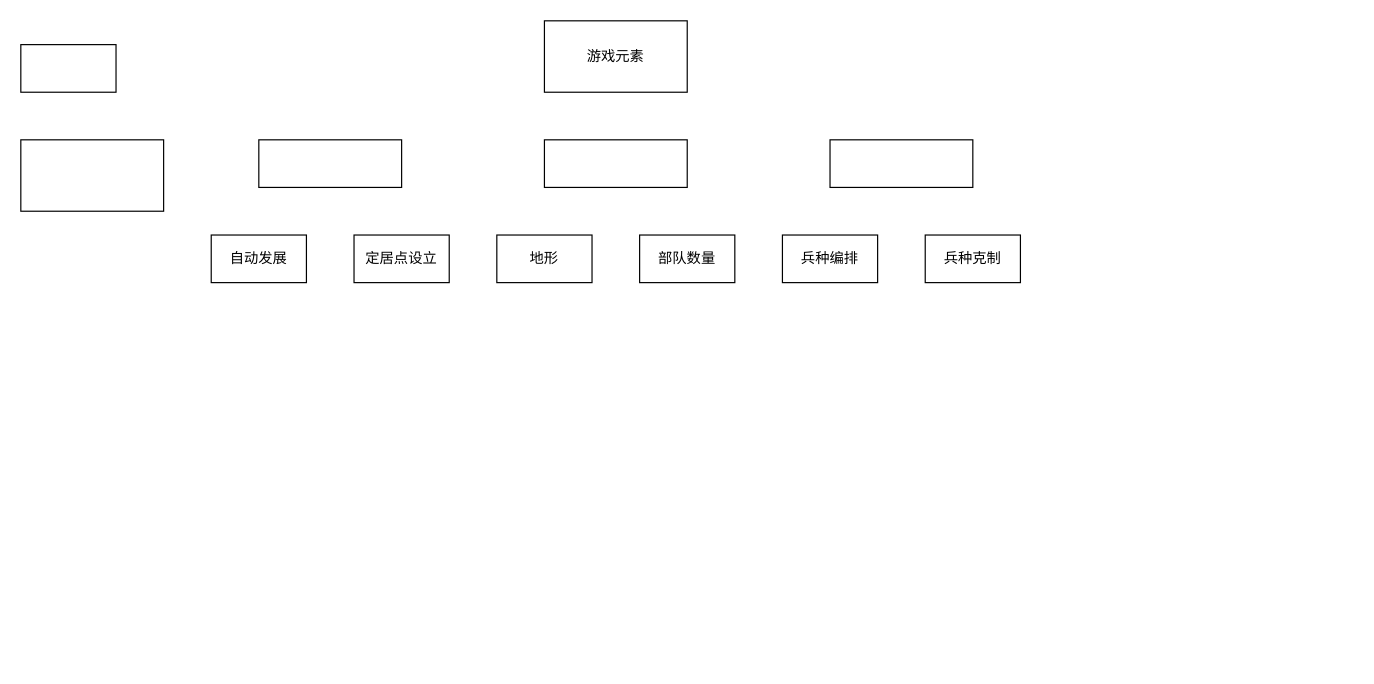
This is 未命名绘图.drawio from chenxing61/Bite-Sized-RTS, a draw.io file, before an edit. Source tidied: cells renumbered, new cells numbered last; positions are measured from the earlier drawing's top-left corner, leaving out a move shared by most shapes. Both pictures are drawn from the tidied source at 119%, with x=0, y=0 at pixel (20, 20).
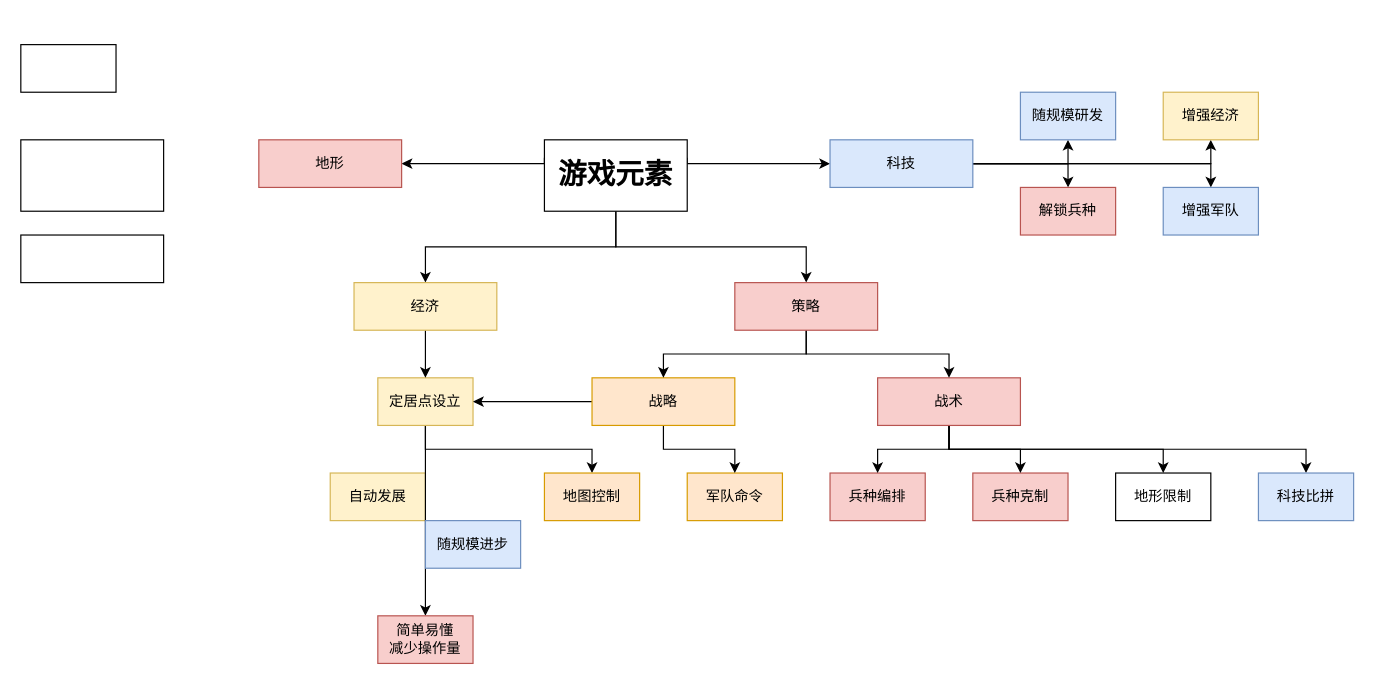
The same diagram, later.

Diff of the diagram source:
```diff
@@
+    <mxCell id="14" style="edgeStyle=orthogonalEdgeStyle;rounded=0;jettySize=auto;html=1;exitX=0.5;exitY=1;exitDx=0;exitDy=0;" parent="1" edge="1" source="4" target="29">
+      <mxGeometry relative="1" as="geometry">
+        <Array as="points">
+          <mxPoint x="500" y="190" />
+          <mxPoint x="660" y="190" />
+        </Array>
+      </mxGeometry>
+    </mxCell>
+    <mxCell id="15" style="edgeStyle=orthogonalEdgeStyle;rounded=0;jettySize=auto;html=1;exitX=0.5;exitY=1;exitDx=0;exitDy=0;entryX=0.5;entryY=0;entryDx=0;entryDy=0;" parent="1" edge="1" source="4" target="11">
+      <mxGeometry relative="1" as="geometry" />
+    </mxCell>
+    <mxCell id="16" style="edgeStyle=orthogonalEdgeStyle;rounded=0;jettySize=auto;html=1;exitX=1;exitY=0.25;exitDx=0;exitDy=0;fontSize=24;" parent="1" edge="1" source="4" target="40">
+      <mxGeometry relative="1" as="geometry">
+        <Array as="points">
+          <mxPoint x="560" y="120" />
+        </Array>
+      </mxGeometry>
+    </mxCell>
+    <mxCell id="17" style="edgeStyle=orthogonalEdgeStyle;rounded=0;jettySize=auto;html=1;exitX=0;exitY=0.25;exitDx=0;exitDy=0;entryX=1;entryY=0.5;entryDx=0;entryDy=0;fontSize=24;" parent="1" edge="1" source="4" target="9">
+      <mxGeometry relative="1" as="geometry">
+        <Array as="points">
+          <mxPoint x="440" y="120" />
+        </Array>
+      </mxGeometry>
+    </mxCell>
-    <mxCell id="4" value="游戏元素" style="rounded=0;whiteSpace=wrap;html=1;" parent="1" vertex="1">
-      <mxGeometry x="440" width="120" height="60" as="geometry" />
+    <mxCell id="4" value="&lt;b&gt;&lt;font style=&quot;font-size: 24px;&quot;&gt;游戏元素&lt;/font&gt;&lt;/b&gt;" style="rounded=0;whiteSpace=wrap;html=1;" parent="1" vertex="1">
+      <mxGeometry x="440" y="100" width="120" height="60" as="geometry" />
     </mxCell>
-    <mxCell id="5" value="兵种编排" style="rounded=0;whiteSpace=wrap;html=1;" parent="1" vertex="1">
-      <mxGeometry x="640" y="180" width="80" height="40" as="geometry" />
+    <mxCell id="5" value="兵种编排" style="rounded=0;whiteSpace=wrap;html=1;fillColor=#f8cecc;strokeColor=#b85450;" parent="1" vertex="1">
+      <mxGeometry x="680" y="380" width="80" height="40" as="geometry" />
     </mxCell>
-    <mxCell id="6" value="自动发展" style="rounded=0;whiteSpace=wrap;html=1;" parent="1" vertex="1">
-      <mxGeometry x="160" y="180" width="80" height="40" as="geometry" />
+    <mxCell id="6" value="自动发展" style="rounded=0;whiteSpace=wrap;html=1;fillColor=#fff2cc;strokeColor=#d6b656;" parent="1" vertex="1">
+      <mxGeometry x="260" y="380" width="80" height="40" as="geometry" />
     </mxCell>
+    <mxCell id="18" style="edgeStyle=orthogonalEdgeStyle;rounded=0;jettySize=auto;html=1;exitX=0.5;exitY=1;exitDx=0;exitDy=0;entryX=0.5;entryY=0;entryDx=0;entryDy=0;" parent="1" edge="1" source="7" target="32">
+      <mxGeometry relative="1" as="geometry" />
+    </mxCell>
+    <mxCell id="19" style="edgeStyle=orthogonalEdgeStyle;rounded=0;jettySize=auto;html=1;exitX=0.5;exitY=1;exitDx=0;exitDy=0;entryX=0.5;entryY=0;entryDx=0;entryDy=0;" parent="1" edge="1" source="7" target="35">
+      <mxGeometry relative="1" as="geometry" />
+    </mxCell>
-    <mxCell id="7" value="定居点设立" style="rounded=0;whiteSpace=wrap;html=1;" parent="1" vertex="1">
-      <mxGeometry x="280" y="180" width="80" height="40" as="geometry" />
+    <mxCell id="7" value="定居点设立" style="rounded=0;whiteSpace=wrap;html=1;fillColor=#fff2cc;strokeColor=#d6b656;" parent="1" vertex="1">
+      <mxGeometry x="300" y="300" width="80" height="40" as="geometry" />
     </mxCell>
-    <mxCell id="8" value="兵种克制" style="rounded=0;whiteSpace=wrap;html=1;" parent="1" vertex="1">
-      <mxGeometry x="760" y="180" width="80" height="40" as="geometry" />
+    <mxCell id="8" value="兵种克制" style="rounded=0;whiteSpace=wrap;html=1;fillColor=#f8cecc;strokeColor=#b85450;" parent="1" vertex="1">
+      <mxGeometry x="800" y="380" width="80" height="40" as="geometry" />
     </mxCell>
+    <mxCell id="10" value="军队命令" style="rounded=0;whiteSpace=wrap;html=1;fillColor=#ffe6cc;strokeColor=#d79b00;" parent="1" vertex="1">
+      <mxGeometry x="560" y="380" width="80" height="40" as="geometry" />
+    </mxCell>
+    <mxCell id="20" style="edgeStyle=orthogonalEdgeStyle;rounded=0;jettySize=auto;html=1;exitX=0.5;exitY=1;exitDx=0;exitDy=0;entryX=0.5;entryY=0;entryDx=0;entryDy=0;" parent="1" edge="1" source="11" target="7">
+      <mxGeometry relative="1" as="geometry" />
+    </mxCell>
+    <mxCell id="11" value="经济" style="rounded=0;whiteSpace=wrap;html=1;fillColor=#fff2cc;strokeColor=#d6b656;" parent="1" vertex="1">
+      <mxGeometry x="280" y="220" width="120" height="40" as="geometry" />
+    </mxCell>
+    <mxCell id="21" style="edgeStyle=orthogonalEdgeStyle;rounded=0;jettySize=auto;html=1;exitX=0.5;exitY=1;exitDx=0;exitDy=0;entryX=0.5;entryY=0;entryDx=0;entryDy=0;" parent="1" edge="1" source="12" target="10">
+      <mxGeometry relative="1" as="geometry" />
+    </mxCell>
+    <mxCell id="22" style="edgeStyle=orthogonalEdgeStyle;rounded=0;jettySize=auto;html=1;exitX=0;exitY=0.5;exitDx=0;exitDy=0;entryX=1;entryY=0.5;entryDx=0;entryDy=0;" parent="1" edge="1" source="12" target="7">
+      <mxGeometry relative="1" as="geometry" />
+    </mxCell>
+    <mxCell id="12" value="战略" style="rounded=0;whiteSpace=wrap;html=1;fillColor=#ffe6cc;strokeColor=#d79b00;" parent="1" vertex="1">
+      <mxGeometry x="480" y="300" width="120" height="40" as="geometry" />
+    </mxCell>
+    <mxCell id="23" style="edgeStyle=orthogonalEdgeStyle;rounded=0;jettySize=auto;html=1;exitX=0.5;exitY=1;exitDx=0;exitDy=0;entryX=0.5;entryY=0;entryDx=0;entryDy=0;" parent="1" edge="1" source="13" target="5">
+      <mxGeometry relative="1" as="geometry" />
+    </mxCell>
+    <mxCell id="24" style="edgeStyle=orthogonalEdgeStyle;rounded=0;jettySize=auto;html=1;exitX=0.5;exitY=1;exitDx=0;exitDy=0;entryX=0.5;entryY=0;entryDx=0;entryDy=0;" parent="1" edge="1" source="13" target="8">
+      <mxGeometry relative="1" as="geometry" />
+    </mxCell>
+    <mxCell id="25" style="edgeStyle=orthogonalEdgeStyle;rounded=0;jettySize=auto;html=1;exitX=0.5;exitY=1;exitDx=0;exitDy=0;entryX=0.5;entryY=0;entryDx=0;entryDy=0;" parent="1" edge="1" source="13" target="33">
+      <mxGeometry relative="1" as="geometry" />
+    </mxCell>
+    <mxCell id="26" style="edgeStyle=orthogonalEdgeStyle;rounded=0;jettySize=auto;html=1;exitX=0.5;exitY=1;exitDx=0;exitDy=0;" parent="1" edge="1" source="13" target="34">
+      <mxGeometry relative="1" as="geometry" />
+    </mxCell>
+    <mxCell id="13" value="战术" style="rounded=0;whiteSpace=wrap;html=1;fillColor=#f8cecc;strokeColor=#b85450;" parent="1" vertex="1">
+      <mxGeometry x="720" y="300" width="120" height="40" as="geometry" />
+    </mxCell>
+    <mxCell id="27" style="edgeStyle=orthogonalEdgeStyle;rounded=0;jettySize=auto;html=1;exitX=0.5;exitY=1;exitDx=0;exitDy=0;entryX=0.5;entryY=0;entryDx=0;entryDy=0;" parent="1" edge="1" source="29" target="12">
+      <mxGeometry relative="1" as="geometry" />
+    </mxCell>
+    <mxCell id="28" style="edgeStyle=orthogonalEdgeStyle;rounded=0;jettySize=auto;html=1;exitX=0.5;exitY=1;exitDx=0;exitDy=0;" parent="1" edge="1" source="29" target="13">
+      <mxGeometry relative="1" as="geometry" />
+    </mxCell>
+    <mxCell id="29" value="策略" style="rounded=0;whiteSpace=wrap;html=1;fillColor=#f8cecc;strokeColor=#b85450;" parent="1" vertex="1">
+      <mxGeometry x="600" y="220" width="120" height="40" as="geometry" />
+    </mxCell>
+    <mxCell id="30" style="rounded=0;whiteSpace=wrap;html=1;" parent="1" vertex="1">
+      <mxGeometry y="180" width="120" height="40" as="geometry" />
+    </mxCell>
+    <mxCell id="31" value="随规模进步" style="rounded=0;whiteSpace=wrap;html=1;fillColor=#dae8fc;strokeColor=#6c8ebf;" parent="1" vertex="1">
+      <mxGeometry x="340" y="420" width="80" height="40" as="geometry" />
+    </mxCell>
+    <mxCell id="32" value="简单易懂&lt;br&gt;减少操作量" style="rounded=0;whiteSpace=wrap;html=1;fillColor=#f8cecc;strokeColor=#b85450;" parent="1" vertex="1">
+      <mxGeometry x="300" y="500" width="80" height="40" as="geometry" />
+    </mxCell>
+    <mxCell id="33" value="地形限制" style="rounded=0;whiteSpace=wrap;html=1;" parent="1" vertex="1">
+      <mxGeometry x="920" y="380" width="80" height="40" as="geometry" />
+    </mxCell>
+    <mxCell id="34" value="科技比拼" style="rounded=0;whiteSpace=wrap;html=1;fillColor=#dae8fc;strokeColor=#6c8ebf;" parent="1" vertex="1">
+      <mxGeometry x="1040" y="380" width="80" height="40" as="geometry" />
+    </mxCell>
+    <mxCell id="35" value="地图控制" style="rounded=0;whiteSpace=wrap;html=1;fillColor=#ffe6cc;strokeColor=#d79b00;" parent="1" vertex="1">
+      <mxGeometry x="440" y="380" width="80" height="40" as="geometry" />
+    </mxCell>
+    <mxCell id="36" style="edgeStyle=orthogonalEdgeStyle;rounded=0;jettySize=auto;html=1;exitX=1;exitY=0.5;exitDx=0;exitDy=0;entryX=0.5;entryY=1;entryDx=0;entryDy=0;" parent="1" edge="1" source="40" target="41">
+      <mxGeometry relative="1" as="geometry" />
+    </mxCell>
+    <mxCell id="37" style="edgeStyle=orthogonalEdgeStyle;rounded=0;jettySize=auto;html=1;exitX=1;exitY=0.5;exitDx=0;exitDy=0;entryX=0.5;entryY=0;entryDx=0;entryDy=0;" parent="1" edge="1" source="40" target="42">
+      <mxGeometry relative="1" as="geometry" />
+    </mxCell>
+    <mxCell id="38" style="edgeStyle=orthogonalEdgeStyle;rounded=0;jettySize=auto;html=1;exitX=1;exitY=0.5;exitDx=0;exitDy=0;entryX=0.5;entryY=1;entryDx=0;entryDy=0;" parent="1" edge="1" source="40" target="43">
+      <mxGeometry relative="1" as="geometry" />
+    </mxCell>
+    <mxCell id="39" style="edgeStyle=orthogonalEdgeStyle;rounded=0;jettySize=auto;html=1;exitX=1;exitY=0.5;exitDx=0;exitDy=0;entryX=0.5;entryY=0;entryDx=0;entryDy=0;" parent="1" edge="1" source="40" target="44">
+      <mxGeometry relative="1" as="geometry" />
+    </mxCell>
+    <mxCell id="40" value="科技" style="rounded=0;whiteSpace=wrap;html=1;fillColor=#dae8fc;strokeColor=#6c8ebf;" parent="1" vertex="1">
+      <mxGeometry x="680" y="100" width="120" height="40" as="geometry" />
+    </mxCell>
+    <mxCell id="41" value="随规模研发" style="rounded=0;whiteSpace=wrap;html=1;fillColor=#dae8fc;strokeColor=#6c8ebf;" parent="1" vertex="1">
+      <mxGeometry x="840" y="60" width="80" height="40" as="geometry" />
+    </mxCell>
+    <mxCell id="42" value="解锁兵种" style="rounded=0;whiteSpace=wrap;html=1;fillColor=#f8cecc;strokeColor=#b85450;" parent="1" vertex="1">
+      <mxGeometry x="840" y="140" width="80" height="40" as="geometry" />
+    </mxCell>
+    <mxCell id="43" value="增强经济" style="rounded=0;whiteSpace=wrap;html=1;fillColor=#fff2cc;strokeColor=#d6b656;" parent="1" vertex="1">
+      <mxGeometry x="960" y="60" width="80" height="40" as="geometry" />
+    </mxCell>
+    <mxCell id="44" value="增强军队" style="rounded=0;whiteSpace=wrap;html=1;fillColor=#dae8fc;strokeColor=#6c8ebf;" parent="1" vertex="1">
+      <mxGeometry x="960" y="140" width="80" height="40" as="geometry" />
+    </mxCell>
-    <mxCell id="9" value="地形" style="rounded=0;whiteSpace=wrap;html=1;" parent="1" vertex="1">
-      <mxGeometry x="400" y="180" width="80" height="40" as="geometry" />
+    <mxCell id="9" value="地形" style="rounded=0;whiteSpace=wrap;html=1;fillColor=#f8cecc;strokeColor=#b85450;" parent="1" vertex="1">
+      <mxGeometry x="200" y="100" width="120" height="40" as="geometry" />
     </mxCell>
-    <mxCell id="10" value="部队数量" style="rounded=0;whiteSpace=wrap;html=1;" parent="1" vertex="1">
-      <mxGeometry x="520" y="180" width="80" height="40" as="geometry" />
-    </mxCell>
-    <mxCell id="11" style="rounded=0;whiteSpace=wrap;html=1;" parent="1" vertex="1">
-      <mxGeometry x="200" y="100" width="120" height="40" as="geometry" />
-    </mxCell>
-    <mxCell id="12" style="rounded=0;whiteSpace=wrap;html=1;" parent="1" vertex="1">
-      <mxGeometry x="440" y="100" width="120" height="40" as="geometry" />
-    </mxCell>
-    <mxCell id="13" style="rounded=0;whiteSpace=wrap;html=1;" parent="1" vertex="1">
-      <mxGeometry x="680" y="100" width="120" height="40" as="geometry" />
-    </mxCell>
```
